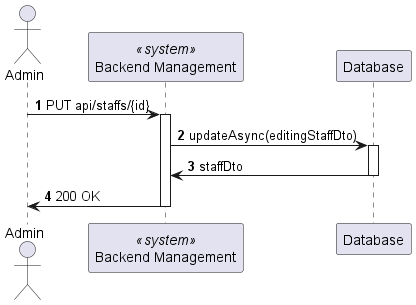
Above: docs/StaffProfileUpdate/views/level3/process-view1.png in Lapr5G21/sem5pi-24-25-3ddg21 (PlantUML), before the change.
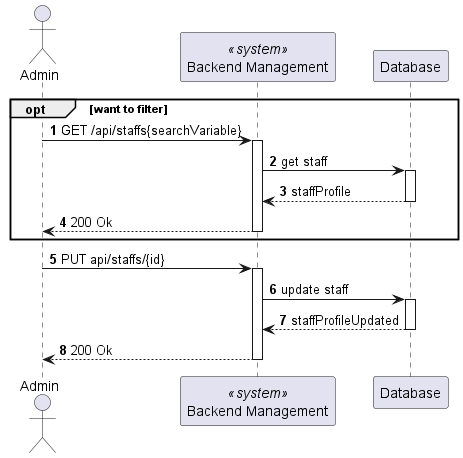
Above is the later version.

Commit message:
Update Staff Diagrams Update #13

The edit, as a diff of the source:
```diff
@@ -5,18 +5,30 @@
 participant BE as "Backend Management" <<system>>
 participant DB as "Database"
 
+
+opt want to filter
+    Admin -> BE : GET /api/staffs{searchVariable}
+    activate BE
+            BE -> DB : get staff
+        activate DB
+            DB --> BE : staffProfile
+        deactivate DB
+    BE --> Admin : 200 Ok
+    deactivate BE
+end
+
 Admin-> BE : PUT api/staffs/{id}
 activate BE
 
-BE -> DB : updateAsync(editingStaffDto)
+BE -> DB : update staff
 
 activate DB
 
-DB -> BE : staffDto
+DB --> BE : staffProfileUpdated
 
 deactivate DB
 
-Admin <- BE : 200 OK
+Admin <-- BE : 200 Ok
 
 deactivate BE
 
```
